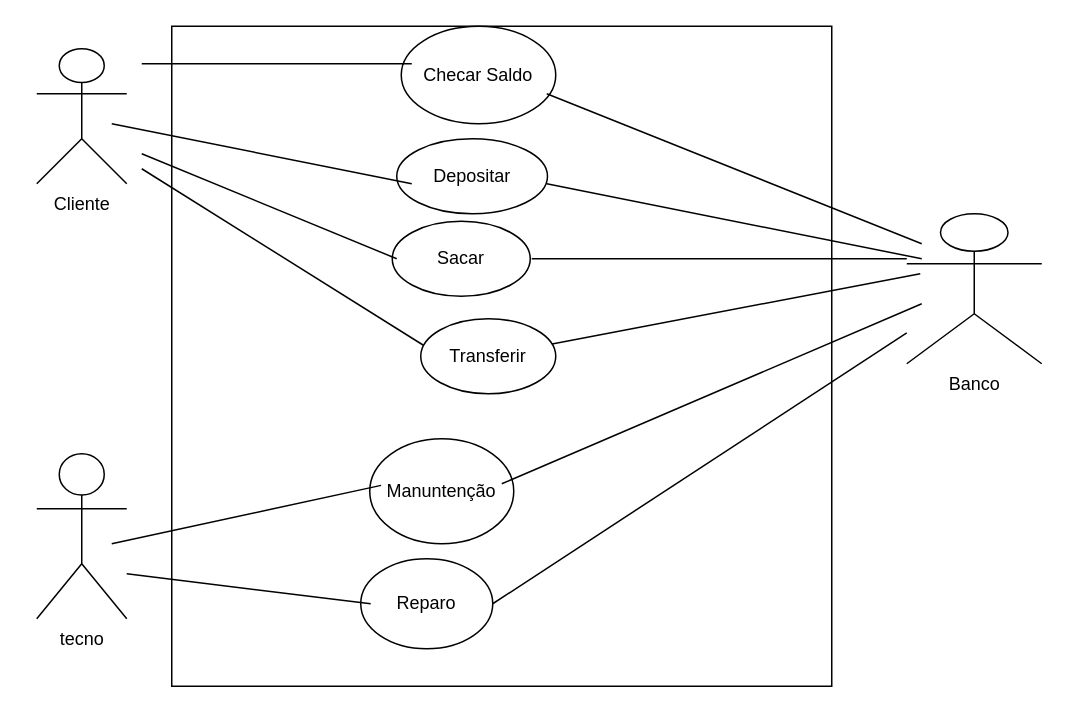
Before: page "Página-2" (2 of 7) of Diagrama sem nome.drawio in Thallys28/diagramasderequisitos, a draw.io diagram. Source tidied: cells renumbered, new cells numbered last; positions are measured from the earlier drawing's top-left corner, leaving out a move shared by most shapes. Both pictures are drawn from the tidied source at 150%, with x=0, y=0 at pixel (36, 26).
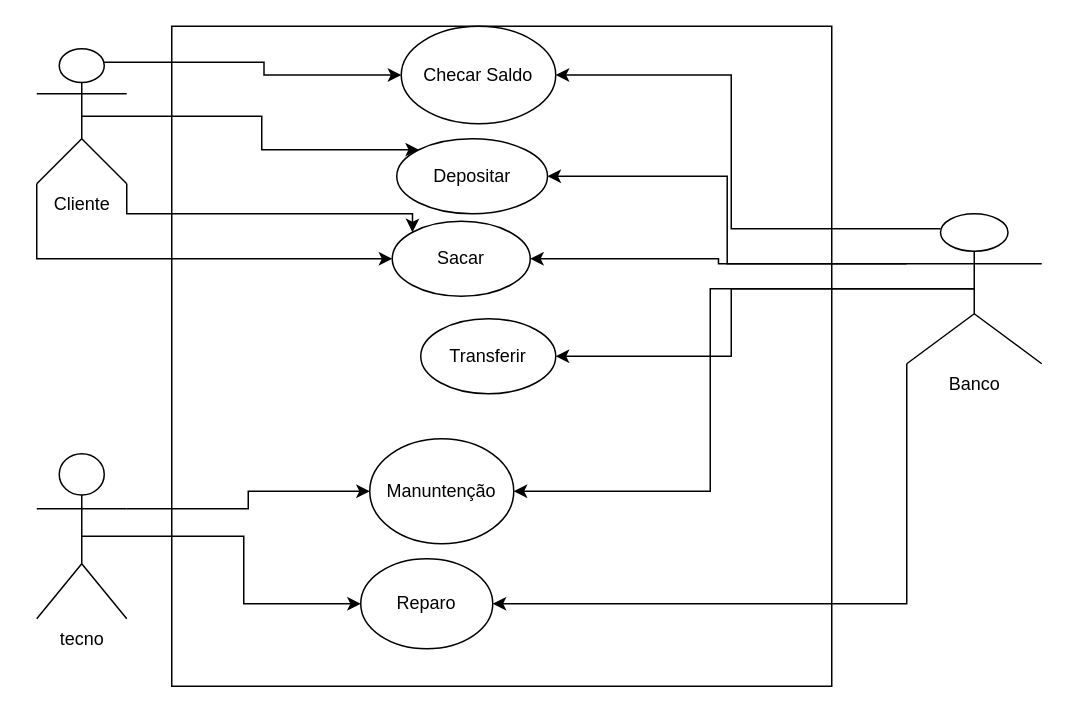
The same page after the edit.

The change refers to these unchanged cells:
```xml
<mxCell id="3" value="Cliente" style="shape=umlActor;verticalLabelPosition=bottom;verticalAlign=top;html=1;outlineConnect=0;" parent="1" vertex="1">
  <mxGeometry y="15" width="60" height="90" as="geometry" />
</mxCell>
<mxCell id="4" value="tecno" style="shape=umlActor;verticalLabelPosition=bottom;verticalAlign=top;html=1;outlineConnect=0;" parent="1" vertex="1">
  <mxGeometry y="285" width="60" height="110" as="geometry" />
</mxCell>
<mxCell id="5" value="Banco" style="shape=umlActor;verticalLabelPosition=bottom;verticalAlign=top;html=1;outlineConnect=0;" parent="1" vertex="1">
  <mxGeometry x="580" y="125" width="90" height="100" as="geometry" />
</mxCell>
<mxCell id="6" value="Manuntenção" style="ellipse;whiteSpace=wrap;html=1;" parent="1" vertex="1">
  <mxGeometry x="222" y="275" width="96" height="70" as="geometry" />
</mxCell>
<mxCell id="7" value="Reparo" style="ellipse;whiteSpace=wrap;html=1;" parent="1" vertex="1">
  <mxGeometry x="216" y="355" width="88" height="60" as="geometry" />
</mxCell>
<mxCell id="12" value="Checar Saldo" style="ellipse;whiteSpace=wrap;html=1;" parent="1" vertex="1">
  <mxGeometry x="243" width="103" height="65" as="geometry" />
</mxCell>
<mxCell id="13" value="Depositar" style="ellipse;whiteSpace=wrap;html=1;" parent="1" vertex="1">
  <mxGeometry x="240" y="75" width="100.5" height="50" as="geometry" />
</mxCell>
<mxCell id="14" value="Sacar" style="ellipse;whiteSpace=wrap;html=1;" parent="1" vertex="1">
  <mxGeometry x="237" y="130" width="92" height="50" as="geometry" />
</mxCell>
<mxCell id="24" value="Transferir" style="ellipse;whiteSpace=wrap;html=1;" parent="1" vertex="1">
  <mxGeometry x="256" y="195" width="90" height="50" as="geometry" />
</mxCell>
```

The edit, as a diff of the source:
```diff
@@
+    <mxCell id="25" style="edgeStyle=orthogonalEdgeStyle;rounded=0;jettySize=auto;html=1;exitX=0.5;exitY=0.5;exitDx=0;exitDy=0;exitPerimeter=0;entryX=0;entryY=0;entryDx=0;entryDy=0;" parent="1" edge="1" source="3" target="13">
+      <mxGeometry relative="1" as="geometry" />
+    </mxCell>
+    <mxCell id="26" style="edgeStyle=orthogonalEdgeStyle;rounded=0;jettySize=auto;html=1;exitX=1;exitY=1;exitDx=0;exitDy=0;exitPerimeter=0;entryX=0;entryY=0;entryDx=0;entryDy=0;" parent="1" edge="1" source="3" target="14">
+      <mxGeometry relative="1" as="geometry">
+        <Array as="points">
+          <mxPoint x="60" y="125" />
+          <mxPoint x="251" y="125" />
+        </Array>
+      </mxGeometry>
+    </mxCell>
+    <mxCell id="27" style="edgeStyle=orthogonalEdgeStyle;rounded=0;jettySize=auto;html=1;exitX=0;exitY=1;exitDx=0;exitDy=0;exitPerimeter=0;entryX=0;entryY=0.5;entryDx=0;entryDy=0;" parent="1" edge="1" source="3" target="14">
+      <mxGeometry relative="1" as="geometry" />
+    </mxCell>
+    <mxCell id="28" style="edgeStyle=orthogonalEdgeStyle;rounded=0;jettySize=auto;html=1;exitX=0.75;exitY=0.1;exitDx=0;exitDy=0;exitPerimeter=0;entryX=0;entryY=0.5;entryDx=0;entryDy=0;" parent="1" edge="1" source="3" target="12">
+      <mxGeometry relative="1" as="geometry" />
+    </mxCell>
@@
+    <mxCell id="29" style="edgeStyle=orthogonalEdgeStyle;rounded=0;jettySize=auto;html=1;exitX=1;exitY=0.3333333333333333;exitDx=0;exitDy=0;exitPerimeter=0;entryX=0;entryY=0.5;entryDx=0;entryDy=0;" parent="1" edge="1" source="4" target="6">
+      <mxGeometry relative="1" as="geometry" />
+    </mxCell>
+    <mxCell id="30" style="edgeStyle=orthogonalEdgeStyle;rounded=0;jettySize=auto;html=1;exitX=0.5;exitY=0.5;exitDx=0;exitDy=0;exitPerimeter=0;entryX=0;entryY=0.5;entryDx=0;entryDy=0;" parent="1" edge="1" source="4" target="7">
+      <mxGeometry relative="1" as="geometry" />
+    </mxCell>
@@
+    <mxCell id="31" style="edgeStyle=orthogonalEdgeStyle;rounded=0;jettySize=auto;html=1;exitX=0.25;exitY=0.1;exitDx=0;exitDy=0;exitPerimeter=0;entryX=1;entryY=0.5;entryDx=0;entryDy=0;" parent="1" edge="1" source="5" target="12">
+      <mxGeometry relative="1" as="geometry" />
+    </mxCell>
+    <mxCell id="32" style="edgeStyle=orthogonalEdgeStyle;rounded=0;jettySize=auto;html=1;exitX=0;exitY=0.3333333333333333;exitDx=0;exitDy=0;exitPerimeter=0;entryX=1;entryY=0.5;entryDx=0;entryDy=0;" parent="1" edge="1" source="5" target="13">
+      <mxGeometry relative="1" as="geometry" />
+    </mxCell>
+    <mxCell id="33" style="edgeStyle=orthogonalEdgeStyle;rounded=0;jettySize=auto;html=1;exitX=0;exitY=0.3333333333333333;exitDx=0;exitDy=0;exitPerimeter=0;entryX=1;entryY=0.5;entryDx=0;entryDy=0;" parent="1" edge="1" source="5" target="14">
+      <mxGeometry relative="1" as="geometry" />
+    </mxCell>
+    <mxCell id="34" style="edgeStyle=orthogonalEdgeStyle;rounded=0;jettySize=auto;html=1;exitX=0.5;exitY=0.5;exitDx=0;exitDy=0;exitPerimeter=0;entryX=1;entryY=0.5;entryDx=0;entryDy=0;" parent="1" edge="1" source="5" target="24">
+      <mxGeometry relative="1" as="geometry" />
+    </mxCell>
+    <mxCell id="35" style="edgeStyle=orthogonalEdgeStyle;rounded=0;jettySize=auto;html=1;exitX=0.5;exitY=0.5;exitDx=0;exitDy=0;exitPerimeter=0;entryX=1;entryY=0.5;entryDx=0;entryDy=0;" parent="1" edge="1" source="5" target="6">
+      <mxGeometry relative="1" as="geometry" />
+    </mxCell>
+    <mxCell id="36" style="edgeStyle=orthogonalEdgeStyle;rounded=0;jettySize=auto;html=1;exitX=0;exitY=1;exitDx=0;exitDy=0;exitPerimeter=0;entryX=1;entryY=0.5;entryDx=0;entryDy=0;" parent="1" edge="1" source="5" target="7">
+      <mxGeometry relative="1" as="geometry" />
+    </mxCell>
@@
-    <mxCell id="8" style="endArrow=none;html=1;rounded=0;entryX=0.075;entryY=0.5;entryDx=0;entryDy=0;entryPerimeter=0;" parent="1" edge="1" target="7">
-      <mxGeometry relative="1" as="geometry">
-        <mxPoint x="60" y="365" as="sourcePoint" />
-      </mxGeometry>
-    </mxCell>
-    <mxCell id="9" style="endArrow=none;html=1;rounded=0;entryX=0.079;entryY=0.444;entryDx=0;entryDy=0;entryPerimeter=0;" parent="1" edge="1" target="6">
-      <mxGeometry relative="1" as="geometry">
-        <mxPoint x="50" y="345" as="sourcePoint" />
-      </mxGeometry>
-    </mxCell>
-    <mxCell id="10" style="endArrow=none;html=1;rounded=0;exitX=1;exitY=0.5;exitDx=0;exitDy=0;" parent="1" edge="1" source="7" target="5">
-      <mxGeometry relative="1" as="geometry" />
-    </mxCell>
-    <mxCell id="11" style="endArrow=none;html=1;rounded=0;exitX=0.917;exitY=0.429;exitDx=0;exitDy=0;exitPerimeter=0;" parent="1" edge="1" source="6">
-      <mxGeometry relative="1" as="geometry">
-        <mxPoint x="590" y="185" as="targetPoint" />
-      </mxGeometry>
-    </mxCell>
@@
-    <mxCell id="15" style="endArrow=none;html=1;rounded=0;" parent="1" edge="1" source="24">
-      <mxGeometry relative="1" as="geometry">
-        <mxPoint x="589" y="165" as="targetPoint" />
-      </mxGeometry>
-    </mxCell>
-    <mxCell id="16" style="endArrow=none;html=1;rounded=0;" parent="1" edge="1">
-      <mxGeometry relative="1" as="geometry">
-        <mxPoint x="330" y="155" as="sourcePoint" />
-        <mxPoint x="580" y="155" as="targetPoint" />
-      </mxGeometry>
-    </mxCell>
-    <mxCell id="17" style="endArrow=none;html=1;rounded=0;" parent="1" edge="1">
-      <mxGeometry relative="1" as="geometry">
-        <mxPoint x="340" y="105" as="sourcePoint" />
-        <mxPoint x="590" y="155" as="targetPoint" />
-      </mxGeometry>
-    </mxCell>
-    <mxCell id="18" style="endArrow=none;html=1;rounded=0;" parent="1" edge="1">
-      <mxGeometry relative="1" as="geometry">
-        <mxPoint x="340" y="45" as="sourcePoint" />
-        <mxPoint x="590" y="145" as="targetPoint" />
-      </mxGeometry>
-    </mxCell>
-    <mxCell id="19" style="endArrow=none;html=1;rounded=0;entryX=0.068;entryY=0.385;entryDx=0;entryDy=0;entryPerimeter=0;" parent="1" edge="1" target="12">
-      <mxGeometry relative="1" as="geometry">
-        <mxPoint x="70" y="25" as="sourcePoint" />
-      </mxGeometry>
-    </mxCell>
-    <mxCell id="20" style="endArrow=none;html=1;rounded=0;" parent="1" edge="1">
-      <mxGeometry relative="1" as="geometry">
-        <mxPoint x="50" y="65" as="sourcePoint" />
-        <mxPoint x="250" y="105" as="targetPoint" />
-      </mxGeometry>
-    </mxCell>
-    <mxCell id="21" style="endArrow=none;html=1;rounded=0;" parent="1" edge="1">
-      <mxGeometry relative="1" as="geometry">
-        <mxPoint x="70" y="85" as="sourcePoint" />
-        <mxPoint x="240" y="155" as="targetPoint" />
-      </mxGeometry>
-    </mxCell>
-    <mxCell id="22" style="endArrow=none;html=1;rounded=0;entryX=0.061;entryY=0.4;entryDx=0;entryDy=0;entryPerimeter=0;" parent="1" edge="1" target="24">
-      <mxGeometry relative="1" as="geometry">
-        <mxPoint x="70" y="95" as="sourcePoint" />
-      </mxGeometry>
-    </mxCell>
```
